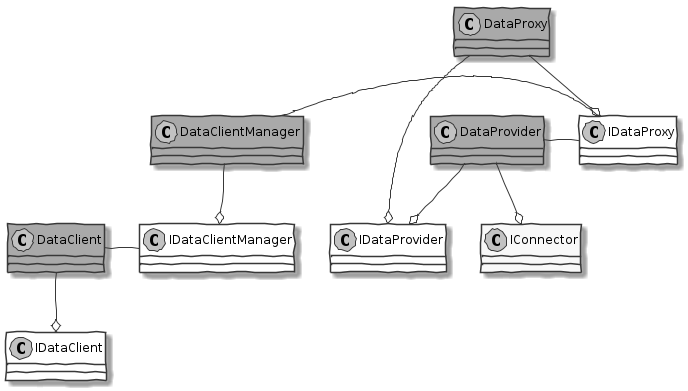
messi1/GenericDataBindingWithQt keeps this PlantUML diagram as doc/ClassDiagram.png. Above is the earlier version.
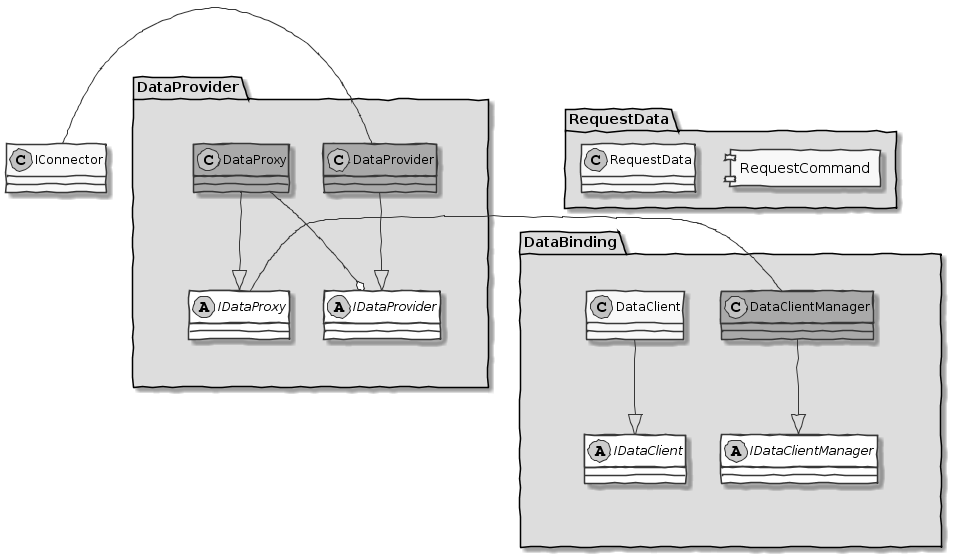
Above is the later version.

Commit message:
Tried to improve the classdiagram with plantuml

Diff of the diagram source:
```diff
@@ -1,27 +1,47 @@
 @startuml
+!pragma horizontalLineBetweenDifferentPackageAllowed
+allow_mixing
+
 skinparam handwritten true
 skinparam monochrome true
 
-class DataProvider      #darkgray
-class DataProxy         #darkgray
-class DataClientManager #darkgray
-class DataClient        #darkgray
+DataProvider -left- IConnector
 
-class IDataProvider      #white
-class IDataProxy         #white
-class IDataClientManager #white
-class IDataClient        #white
+package "RequestData" #DDDDDD {
+  component RequestCommand
+  class RequestData
+}
 
 
-DataProvider --o IDataProvider
-DataProxy    --o IDataProxy
-DataClientManager --o IDataClientManager
-DataClient   --o IDataClient
+package "DataProvider" #DDDDDD {
+  together {
+    class DataProxy         #darkgray
+    class DataProvider      #darkgray
+  }
 
-DataClient        - IDataClientManager
-DataClientManager - IDataProxy
-DataProxy --o IDataProvider
-DataProvider --o IConnector
-DataProvider - IDataProxy
+  together {
+    abstract class IDataProxy         #white
+    abstract class IDataProvider      #white
+  }
 
+  DataProvider --|> IDataProvider
+  DataProxy    --|> IDataProxy
+  DataProxy    -right--o IDataProvider
+}
+
+
+package "DataBinding" #DDDDDD {
+  together {
+    class DataClientManager   #darkgray
+
+  together {
+    abstract class IDataClientManager #white
+    abstract class IDataClient        #white
+  }
+
+  DataClientManager --|> IDataClientManager
+  DataClient        --|> IDataClient
+}
+
+DataClientManager -right- IDataProxy
 @enduml
```
